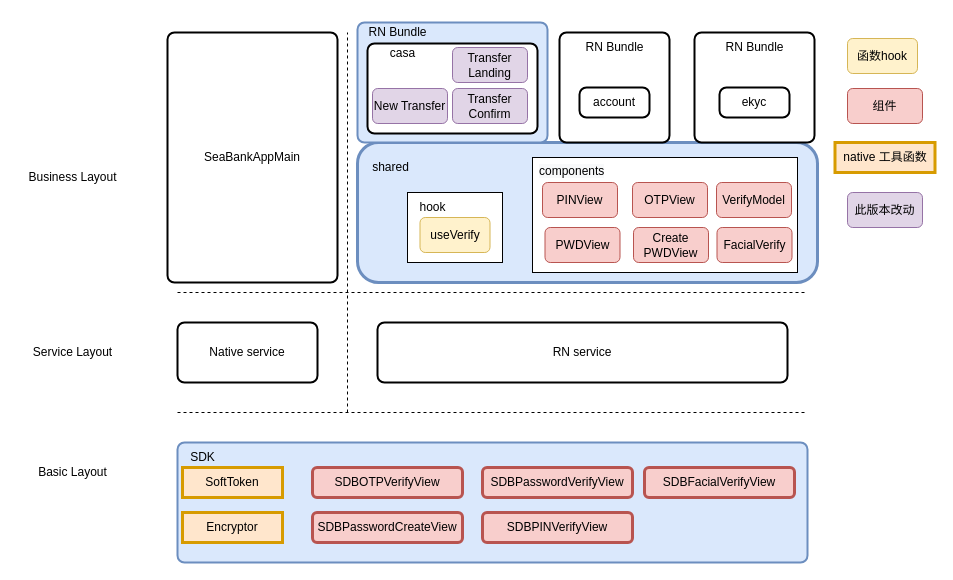
Earlier version of the draw.io diagram Transfer/转账overall Design.drawio (RexYao97/sfrex). Source tidied: cells renumbered, new cells numbered last; positions are measured from the earlier drawing's top-left corner, leaving out a move shared by most shapes. Both pictures are drawn from the tidied source at 100%, with x=0, y=0 at pixel (17, 17).
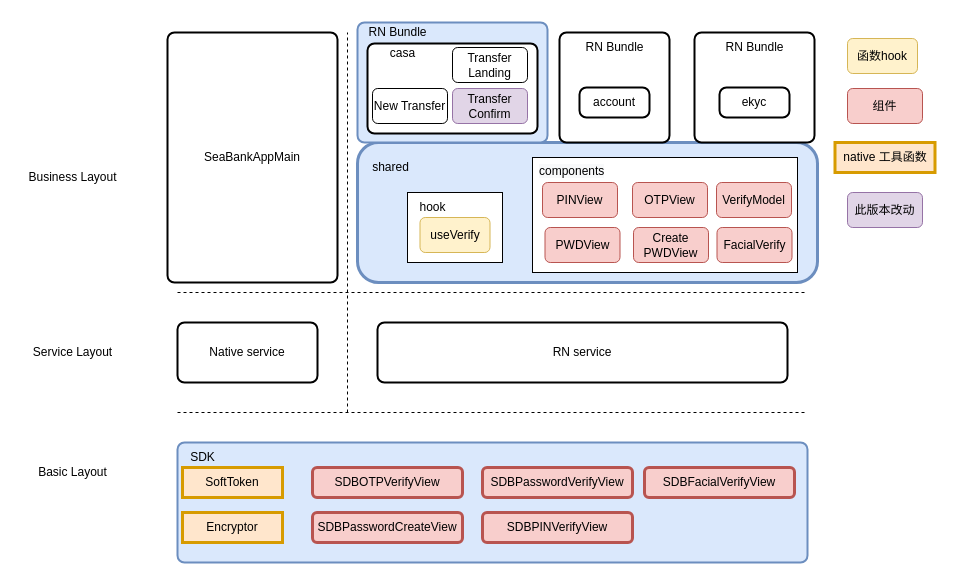
The same diagram, later.

The edit, as a diff of the source:
```diff
@@
-    <mxCell id="42" value="Transfer Landing" style="rounded=1;whiteSpace=wrap;html=1;fillColor=#e1d5e7;strokeColor=#9673a6;" parent="1" vertex="1">
+    <mxCell id="42" value="Transfer Landing" style="rounded=1;whiteSpace=wrap;html=1;" parent="1" vertex="1">
       <mxGeometry x="435" y="30" width="75" height="35" as="geometry" />
     </mxCell>
-    <mxCell id="43" value="New Transfer" style="rounded=1;whiteSpace=wrap;html=1;fillColor=#e1d5e7;strokeColor=#9673a6;" parent="1" vertex="1">
+    <mxCell id="43" value="New Transfer" style="rounded=1;whiteSpace=wrap;html=1;" parent="1" vertex="1">
       <mxGeometry x="355" y="71" width="75" height="35" as="geometry" />
     </mxCell>
```
